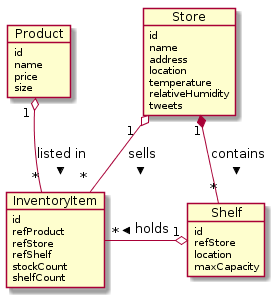
Above: img/entities.png in FIWARE/tutorials.Context-Providers (PlantUML), before the change. Its diagram source:
```plantuml
@startuml
object Product

Product : id
Product : name
Product : price
Product : size


object InventoryItem

InventoryItem : id
InventoryItem : refProduct
InventoryItem : refStore
InventoryItem : refShelf
InventoryItem : stockCount
InventoryItem : shelfCount


object Store

Store : id
Store : name
Store : address
Store : location
Store : temperature
Store : relativeHumidity
Store : tweets

object Shelf

Shelf : id
Shelf : refStore
Shelf : location
Shelf : maxCapacity

Product "1 " o-- " *" InventoryItem  : listed in >
Store " 1  " o-- " *  " InventoryItem :  sells >
Store "1" *-- "*" Shelf : contains >
InventoryItem "*" -o " 1" Shelf : < holds
@enduml
```
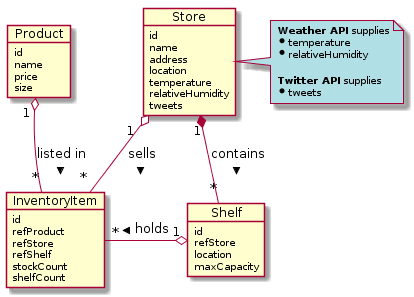
Later version of the same file.

Commit message:
Add note to entity diagram

Diff of the diagram source:
```diff
@@ -27,6 +27,15 @@
 Store : relativeHumidity
 Store : tweets
 
+note right of Store #PowderBlue
+  <size:10><b>Weather API</b> supplies</size>
+  * <size:10>temperature</size>
+  * <size:10>relativeHumidity</size>
+
+  <size:10><b>Twitter API</b> supplies</size>
+  * <size:10>tweets</size>
+end note
+
 object Shelf
 
 Shelf : id
```
